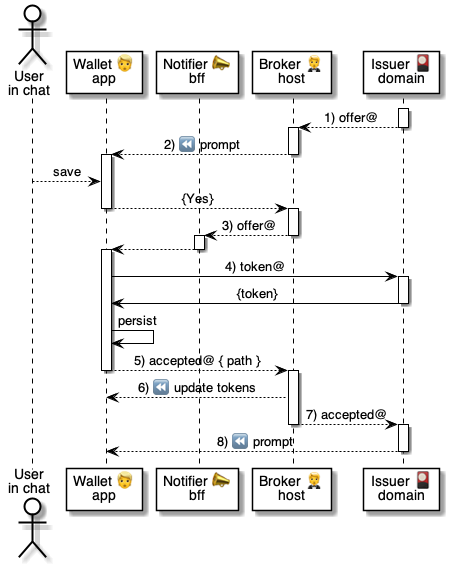
Before: 5 ⏩ Flows/60 🎴⏩ Issuers/.📎 Assets/⚙️ Offer.png, a diagram exported from PlantUML (pollyweb-org/pollyweb-docs). Its source is kept beside it as 5 ⏩ Flows/60 🎴⏩ Issuers/.📎 Assets/⚙️ Offer.puml.
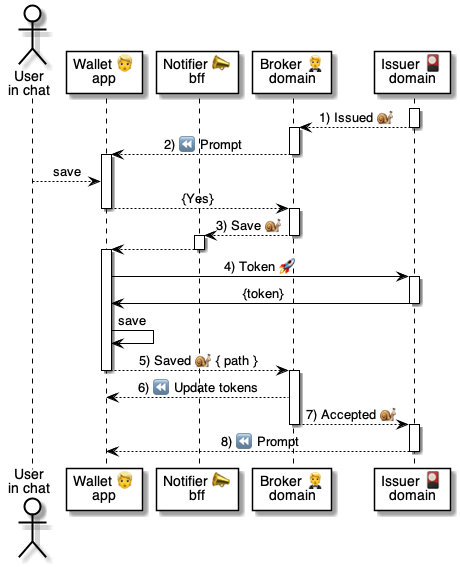
After the commit.

Change to the diagram source:
```diff
@@ -4,15 +4,15 @@
 actor "User\nin chat" as user
 participant "Wallet 👱\napp" as wallet
 participant "Notifier 📣\nbff" as notifier
-participant "Broker 🤵\nhost" as broker
+participant "Broker 🤵\ndomain" as broker
 participant "Issuer 🎴\ndomain" as issuer
 
 activate issuer
-    issuer --> broker: 1) offer@
+    issuer --> broker: 1) Issued 🐌
 deactivate issuer
 
 activate broker
-    broker --> wallet: 2) ⏪ prompt
+    broker --> wallet: 2) ⏪ Prompt
 deactivate broker
 
 activate wallet
@@ -21,7 +21,7 @@
 deactivate wallet
 
 activate broker
-    broker --> notifier: 3) offer@
+    broker --> notifier: 3) Save 🐌
 deactivate broker
 
 activate notifier
@@ -29,22 +29,22 @@
 deactivate notifier
 
 activate wallet
-    wallet -> issuer: 4) token@
+    wallet -> issuer: 4) Token 🚀
     activate issuer
         issuer -> wallet: {token}
     deactivate issuer
-    wallet -> wallet: persist
+    wallet -> wallet: save
 
-    wallet --> broker: 5) accepted@ { path }
+    wallet --> broker: 5) Saved 🐌 { path }
 deactivate wallet
 
 activate broker
-    broker --> wallet: 6) ⏪ update tokens
-    broker --> issuer: 7) accepted@
+    broker --> wallet: 6) ⏪ Update tokens
+    broker --> issuer: 7) Accepted 🐌
 deactivate broker
 
 activate issuer
-    issuer --> wallet: 8) ⏪ prompt
+    issuer --> wallet: 8) ⏪ Prompt
 deactivate issuer
 
 
```
